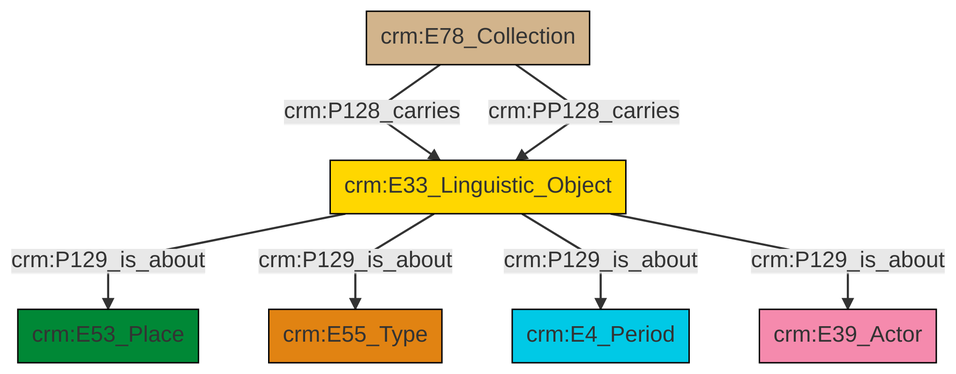
Above: et/archivalCSV/ttl/mmd/png/archival_aboutness.png in swiss-art-research-net/docs.swissartresearch (Mermaid), before the change. Its source is kept beside it as et/archivalCSV/ttl/mmd/archival_aboutness.ttl.mmd.
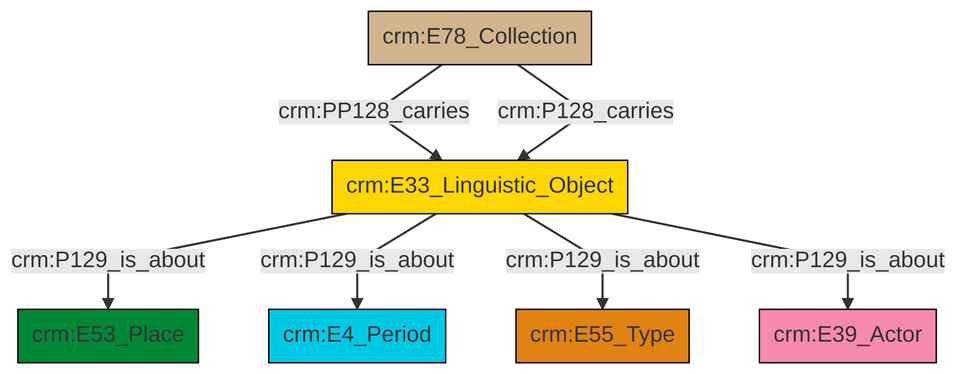
Later version of the same file.

What changed in the source:
```diff
@@ -13,9 +13,9 @@
 classDef PC_Classes fill:#4ce600, stroke:#000000;
 classDef Multi fill:#cccccc,stroke:#000000;
 
-0["crm:E78_Collection"]:::Physical_Thing -->|crm:P128_carries| 1["crm:E33_Linguistic_Object"]:::Conceptual_Object
-1["crm:E33_Linguistic_Object"]:::Conceptual_Object -->|crm:P129_is_about| 8["crm:E53_Place"]:::Place
-1["crm:E33_Linguistic_Object"]:::Conceptual_Object -->|crm:P129_is_about| 10["crm:E55_Type"]:::Type
-1["crm:E33_Linguistic_Object"]:::Conceptual_Object -->|crm:P129_is_about| 2["crm:E4_Period"]:::Temporal_Entity
-1["crm:E33_Linguistic_Object"]:::Conceptual_Object -->|crm:P129_is_about| 4["crm:E39_Actor"]:::Actor
-0["crm:E78_Collection"]:::Physical_Thing -->|crm:PP128_carries| 1["crm:E33_Linguistic_Object"]:::Conceptual_Object
+2["crm:E33_Linguistic_Object"]:::Conceptual_Object -->|crm:P129_is_about| 0["crm:E53_Place"]:::Place
+6["crm:E78_Collection"]:::Physical_Thing -->|crm:PP128_carries| 2["crm:E33_Linguistic_Object"]:::Conceptual_Object
+2["crm:E33_Linguistic_Object"]:::Conceptual_Object -->|crm:P129_is_about| 7["crm:E4_Period"]:::Temporal_Entity
+6["crm:E78_Collection"]:::Physical_Thing -->|crm:P128_carries| 2["crm:E33_Linguistic_Object"]:::Conceptual_Object
+2["crm:E33_Linguistic_Object"]:::Conceptual_Object -->|crm:P129_is_about| 10["crm:E55_Type"]:::Type
+2["crm:E33_Linguistic_Object"]:::Conceptual_Object -->|crm:P129_is_about| 3["crm:E39_Actor"]:::Actor
```
